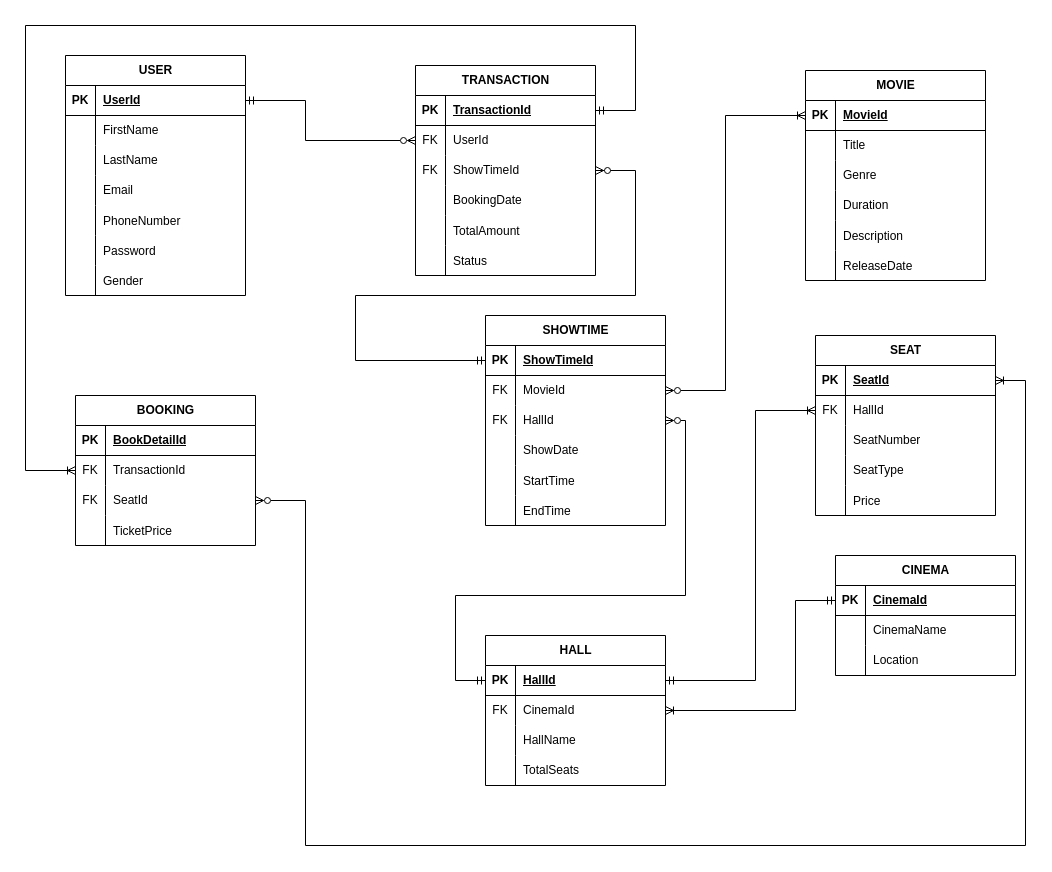
The draw.io diagram Project EDP ERD .drawio in hziqirfn/EventDrivenProject, before the edit. Source tidied: cells renumbered, new cells numbered last; positions are measured from the earlier drawing's top-left corner, leaving out a move shared by most shapes. Both pictures are drawn from the tidied source at 100%, with x=0, y=0 at pixel (25, 25).
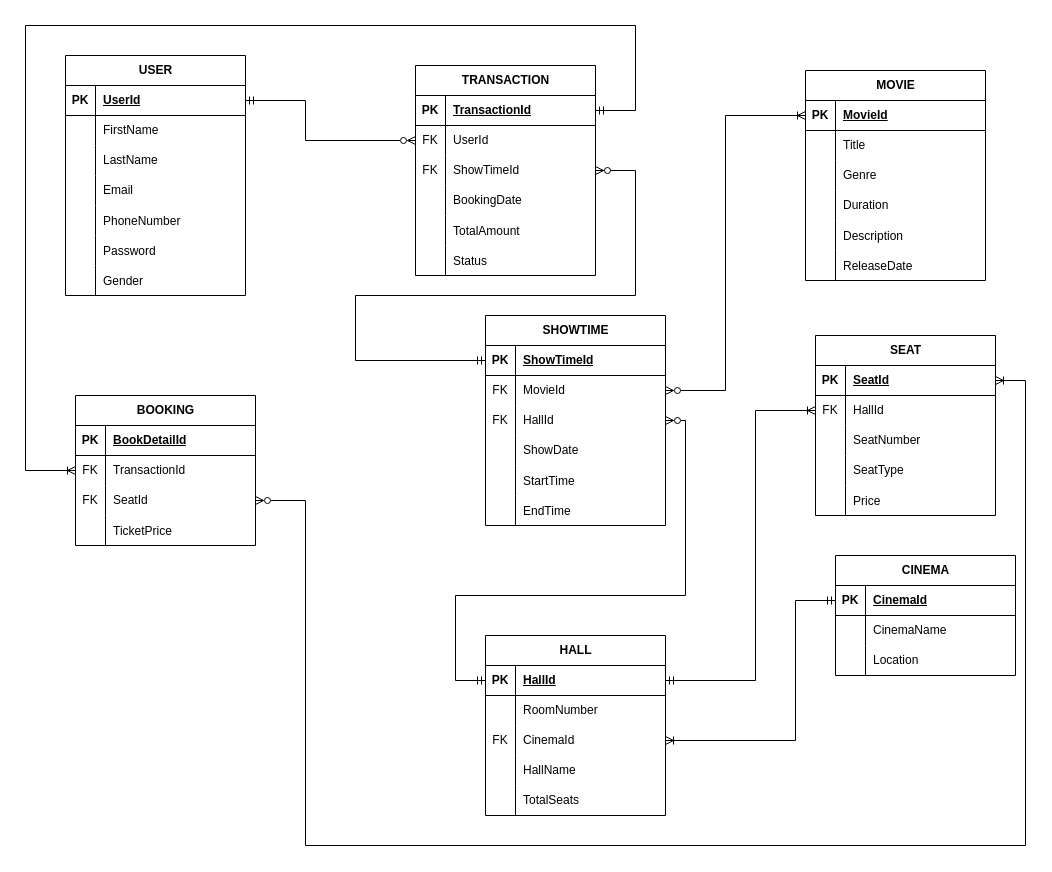
Above is the later version.

The change refers to these unchanged cells:
```xml
<mxCell id="76" style="shape=tableRow;horizontal=0;startSize=0;swimlaneHead=0;swimlaneBody=0;fillColor=none;points=[[0,0.5],[1,0.5]];portConstraint=eastwest;top=0;left=0;right=0;bottom=1;" parent="75" vertex="1">
  <mxGeometry y="30" width="180" height="30" as="geometry" />
</mxCell>
```

Diff of the diagram source:
```diff
@@
     <mxCell id="62" value="HALL" style="shape=table;startSize=30;childLayout=tableLayout;rowLines=0;fontStyle=1;align=center;html=1;" parent="1" vertex="1">
-      <mxGeometry x="460" y="610" width="180" height="150" as="geometry" />
+      <mxGeometry x="460" y="610" width="180" height="180" as="geometry" />
     </mxCell>
@@
+    <mxCell id="141" style="shape=tableRow;horizontal=0;startSize=0;swimlaneHead=0;swimlaneBody=0;fillColor=none;top=0;left=0;right=0;bottom=0;" parent="62" vertex="1">
+      <mxGeometry y="60" width="180" height="30" as="geometry" />
+    </mxCell>
+    <mxCell id="142" style="shape=partialRectangle;fillColor=none;top=0;left=0;bottom=0;right=0;fontStyle=0;overflow=hidden;whiteSpace=wrap;html=1;" parent="141" vertex="1">
+      <mxGeometry width="30" height="30" as="geometry" />
+    </mxCell>
+    <mxCell id="143" value="RoomNumber" style="shape=partialRectangle;fillColor=none;top=0;left=0;bottom=0;right=0;align=left;spacingLeft=6;fontStyle=0;overflow=hidden;whiteSpace=wrap;html=1;" parent="141" vertex="1">
+      <mxGeometry x="30" width="150" height="30" as="geometry" />
+    </mxCell>
     <mxCell id="66" style="shape=tableRow;horizontal=0;startSize=0;swimlaneHead=0;swimlaneBody=0;fillColor=none;points=[[0,0.5],[1,0.5]];portConstraint=eastwest;top=0;left=0;right=0;bottom=0;" parent="62" vertex="1">
-      <mxGeometry y="60" width="180" height="30" as="geometry" />
+      <mxGeometry y="90" width="180" height="30" as="geometry" />
     </mxCell>
@@
     <mxCell id="69" style="shape=tableRow;horizontal=0;startSize=0;swimlaneHead=0;swimlaneBody=0;fillColor=none;top=0;left=0;right=0;bottom=0;" parent="62" vertex="1">
-      <mxGeometry y="90" width="180" height="30" as="geometry" />
+      <mxGeometry y="120" width="180" height="30" as="geometry" />
     </mxCell>
@@
     <mxCell id="72" style="shape=tableRow;horizontal=0;startSize=0;swimlaneHead=0;swimlaneBody=0;fillColor=none;top=0;left=0;right=0;bottom=0;" parent="62" vertex="1">
-      <mxGeometry y="120" width="180" height="30" as="geometry" />
+      <mxGeometry y="150" width="180" height="30" as="geometry" />
     </mxCell>
@@
     <mxCell id="134" style="fontSize=12;html=1;endArrow=ERmandOne;endFill=0;rounded=0;exitX=1;exitY=0.5;exitDx=0;exitDy=0;edgeStyle=orthogonalEdgeStyle;startArrow=ERoneToMany;startFill=0;entryX=0;entryY=0.5;entryDx=0;entryDy=0;" parent="1" edge="1" source="66" target="76">
       <mxGeometry relative="1" as="geometry">
         <Array as="points">
-          <mxPoint x="770" y="685" />
+          <mxPoint x="770" y="715" />
           <mxPoint x="770" y="575" />
         </Array>
       </mxGeometry>
     </mxCell>
```
